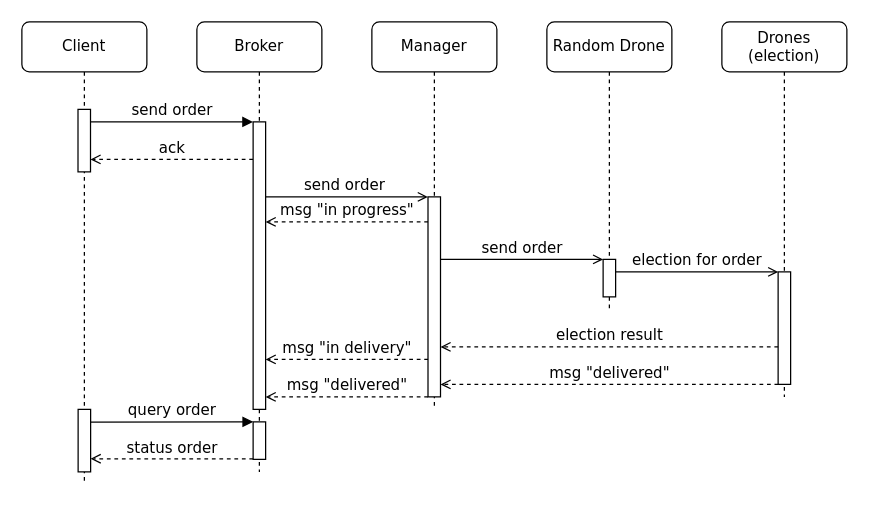
The draw.io diagram Report/images/New-order.drawio in Gianluca755/Drones, before the edit. Source tidied: cells renumbered, new cells numbered last; positions are measured from the earlier drawing's top-left corner, leaving out a move shared by most shapes. Both pictures are drawn from the tidied source at 125%, with x=0, y=0 at pixel (21, 21).
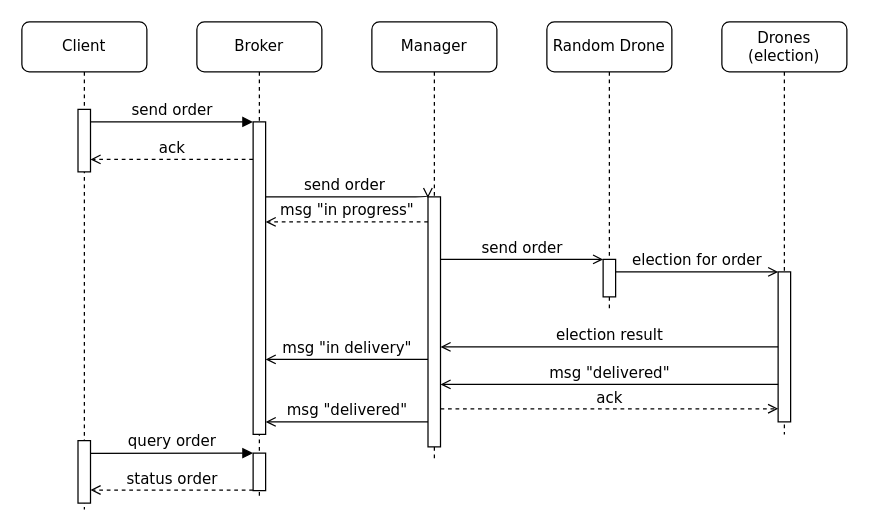
After the change.

Change to the diagram source:
```diff
@@
     <mxCell id="2" value="Broker" style="shape=umlLifeline;perimeter=lifelinePerimeter;whiteSpace=wrap;html=1;outlineConnect=0;rounded=1;shadow=0;comic=0;labelBackgroundColor=none;strokeWidth=1;fontFamily=Verdana;fontSize=12;align=center;" parent="1" vertex="1">
-      <mxGeometry x="140" width="100" height="360" as="geometry" />
+      <mxGeometry x="140" width="100" height="380" as="geometry" />
     </mxCell>
     <mxCell id="3" value="Manager" style="shape=umlLifeline;perimeter=lifelinePerimeter;whiteSpace=wrap;html=1;rounded=1;shadow=0;comic=0;labelBackgroundColor=none;strokeWidth=1;fontFamily=Verdana;fontSize=12;align=center;" parent="1" vertex="1">
-      <mxGeometry x="280" width="100" height="310" as="geometry" />
+      <mxGeometry x="280" width="100" height="350" as="geometry" />
     </mxCell>
     <mxCell id="4" style="html=1;points=[];perimeter=orthogonalPerimeter;rounded=0;shadow=0;comic=0;labelBackgroundColor=none;strokeWidth=1;fontFamily=Verdana;fontSize=12;align=center;" parent="3" vertex="1">
-      <mxGeometry x="44.9" y="140" width="10" height="160" as="geometry" />
+      <mxGeometry x="44.9" y="140" width="10" height="200" as="geometry" />
     </mxCell>
@@
     <mxCell id="6" value="Client" style="shape=umlLifeline;perimeter=lifelinePerimeter;whiteSpace=wrap;html=1;rounded=1;shadow=0;comic=0;labelBackgroundColor=none;strokeWidth=1;fontFamily=Verdana;fontSize=12;align=center;" parent="1" vertex="1">
-      <mxGeometry width="100" height="370" as="geometry" />
+      <mxGeometry width="100" height="390" as="geometry" />
     </mxCell>
@@
+    <mxCell id="22" style="html=1;perimeter=orthogonalPerimeter;rounded=0;shadow=0;comic=0;labelBackgroundColor=none;strokeWidth=1;fontFamily=Verdana;fontSize=12;align=center;" parent="6" vertex="1">
+      <mxGeometry x="44.9" y="335" width="10" height="50" as="geometry" />
+    </mxCell>
+    <mxCell id="23" value="query order" style="html=1;verticalAlign=bottom;endArrow=block;entryX=0;entryY=0;labelBackgroundColor=none;fontFamily=Verdana;fontSize=12;edgeStyle=elbowEdgeStyle;elbow=vertical;" parent="6" edge="1">
+      <mxGeometry relative="1" as="geometry">
+        <mxPoint x="54.9" y="345.1" as="sourcePoint" />
+        <mxPoint x="184.9" y="345" as="targetPoint" />
+      </mxGeometry>
+    </mxCell>
+    <mxCell id="25" value="status order" style="html=1;verticalAlign=bottom;endArrow=open;labelBackgroundColor=none;fontFamily=Verdana;fontSize=12;edgeStyle=elbowEdgeStyle;elbow=vertical;dashed=1;endFill=0;" parent="6" edge="1">
+      <mxGeometry relative="1" as="geometry">
+        <mxPoint x="184.9" y="374.5" as="sourcePoint" />
+        <mxPoint x="54.9" y="374.5" as="targetPoint" />
+        <Array as="points">
+          <mxPoint x="139.9" y="374.5" />
+          <mxPoint x="149.9" y="364.5" />
+        </Array>
+      </mxGeometry>
+    </mxCell>
@@
     <mxCell id="14" value="&lt;div&gt;Drones&lt;/div&gt;&lt;div&gt;(election)&lt;br&gt;&lt;/div&gt;" style="shape=umlLifeline;perimeter=lifelinePerimeter;whiteSpace=wrap;html=1;rounded=1;shadow=0;comic=0;labelBackgroundColor=none;strokeWidth=1;fontFamily=Verdana;fontSize=12;align=center;" parent="1" vertex="1">
-      <mxGeometry x="560" width="100" height="300" as="geometry" />
+      <mxGeometry x="560" width="100" height="330" as="geometry" />
     </mxCell>
     <mxCell id="15" style="html=1;points=[];perimeter=orthogonalPerimeter;rounded=0;shadow=0;comic=0;labelBackgroundColor=none;strokeWidth=1;fontFamily=Verdana;fontSize=12;align=center;" parent="14" vertex="1">
-      <mxGeometry x="45" y="200" width="10" height="90" as="geometry" />
+      <mxGeometry x="45" y="200" width="10" height="120" as="geometry" />
     </mxCell>
     <mxCell id="16" style="html=1;points=[];perimeter=orthogonalPerimeter;rounded=0;shadow=0;comic=0;labelBackgroundColor=none;strokeWidth=1;fontFamily=Verdana;fontSize=12;align=center;" parent="1" vertex="1">
-      <mxGeometry x="185" y="80" width="10" height="230" as="geometry" />
+      <mxGeometry x="185" y="80" width="10" height="250" as="geometry" />
     </mxCell>
@@
-    <mxCell id="18" value="election result" style="html=1;verticalAlign=bottom;endArrow=open;labelBackgroundColor=none;fontFamily=Verdana;fontSize=12;edgeStyle=elbowEdgeStyle;elbow=vertical;dashed=1;endFill=0;" parent="1" edge="1" source="15">
+    <mxCell id="18" value="election result" style="html=1;verticalAlign=bottom;endArrow=open;labelBackgroundColor=none;fontFamily=Verdana;fontSize=12;edgeStyle=elbowEdgeStyle;elbow=vertical;endFill=0;" parent="1" edge="1" source="15">
       <mxGeometry relative="1" as="geometry">
         <mxPoint x="334.9" y="260" as="targetPoint" />
         <Array as="points">
           <mxPoint x="539.9" y="260" />
           <mxPoint x="579.9" y="300" />
           <mxPoint x="574.9" y="340" />
           <mxPoint x="584.9" y="330" />
         </Array>
       </mxGeometry>
     </mxCell>
-    <mxCell id="19" value="msg &quot;in delivery&quot;" style="html=1;verticalAlign=bottom;endArrow=open;labelBackgroundColor=none;fontFamily=Verdana;fontSize=12;edgeStyle=elbowEdgeStyle;elbow=vertical;dashed=1;endFill=0;" parent="1" edge="1" source="4">
+    <mxCell id="19" value="msg &quot;in delivery&quot;" style="html=1;verticalAlign=bottom;endArrow=open;labelBackgroundColor=none;fontFamily=Verdana;fontSize=12;edgeStyle=elbowEdgeStyle;elbow=vertical;endFill=0;" parent="1" edge="1" source="4">
       <mxGeometry relative="1" as="geometry">
         <mxPoint x="195" y="270" as="targetPoint" />
         <Array as="points">
           <mxPoint x="259.9" y="270" />
           <mxPoint x="299.9" y="310" />
           <mxPoint x="294.9" y="350" />
           <mxPoint x="304.9" y="340" />
         </Array>
       </mxGeometry>
     </mxCell>
-    <mxCell id="20" value="msg &quot;delivered&quot;" style="html=1;verticalAlign=bottom;endArrow=open;labelBackgroundColor=none;fontFamily=Verdana;fontSize=12;edgeStyle=elbowEdgeStyle;elbow=vertical;dashed=1;endFill=0;" parent="1" edge="1">
+    <mxCell id="20" value="msg &quot;delivered&quot;" style="html=1;verticalAlign=bottom;endArrow=open;labelBackgroundColor=none;fontFamily=Verdana;fontSize=12;edgeStyle=elbowEdgeStyle;elbow=vertical;endFill=0;" parent="1" edge="1">
       <mxGeometry relative="1" as="geometry">
         <mxPoint x="605.1" y="290" as="sourcePoint" />
         <mxPoint x="334.9" y="290" as="targetPoint" />
         <Array as="points">
           <mxPoint x="539.9" y="290" />
           <mxPoint x="579.9" y="330" />
           <mxPoint x="574.9" y="370" />
           <mxPoint x="584.9" y="360" />
         </Array>
       </mxGeometry>
     </mxCell>
-    <mxCell id="21" value="msg &quot;delivered&quot;" style="html=1;verticalAlign=bottom;endArrow=open;labelBackgroundColor=none;fontFamily=Verdana;fontSize=12;edgeStyle=elbowEdgeStyle;elbow=vertical;dashed=1;endFill=0;" parent="1" edge="1">
+    <mxCell id="21" value="msg &quot;delivered&quot;" style="html=1;verticalAlign=bottom;endArrow=open;labelBackgroundColor=none;fontFamily=Verdana;fontSize=12;edgeStyle=elbowEdgeStyle;elbow=vertical;endFill=0;" parent="1" edge="1">
       <mxGeometry relative="1" as="geometry">
-        <mxPoint x="324.9" y="300" as="sourcePoint" />
-        <mxPoint x="195" y="300" as="targetPoint" />
+        <mxPoint x="324.9" y="320" as="sourcePoint" />
+        <mxPoint x="195" y="320" as="targetPoint" />
         <Array as="points">
-          <mxPoint x="259.9" y="300" />
-          <mxPoint x="299.9" y="340" />
-          <mxPoint x="294.9" y="380" />
-          <mxPoint x="304.9" y="370" />
+          <mxPoint x="259.9" y="320" />
+          <mxPoint x="299.9" y="360" />
+          <mxPoint x="294.9" y="400" />
+          <mxPoint x="304.9" y="390" />
         </Array>
       </mxGeometry>
     </mxCell>
-    <mxCell id="22" style="html=1;perimeter=orthogonalPerimeter;rounded=0;shadow=0;comic=0;labelBackgroundColor=none;strokeWidth=1;fontFamily=Verdana;fontSize=12;align=center;" parent="1" vertex="1">
-      <mxGeometry x="45" y="310" width="10" height="50" as="geometry" />
-    </mxCell>
-    <mxCell id="23" value="query order" style="html=1;verticalAlign=bottom;endArrow=block;entryX=0;entryY=0;labelBackgroundColor=none;fontFamily=Verdana;fontSize=12;edgeStyle=elbowEdgeStyle;elbow=vertical;" parent="1" edge="1">
-      <mxGeometry relative="1" as="geometry">
-        <mxPoint x="55" y="320.1" as="sourcePoint" />
-        <mxPoint x="185" y="320" as="targetPoint" />
-      </mxGeometry>
-    </mxCell>
     <mxCell id="24" style="html=1;perimeter=orthogonalPerimeter;rounded=0;shadow=0;comic=0;labelBackgroundColor=none;strokeWidth=1;fontFamily=Verdana;fontSize=12;align=center;" parent="1" vertex="1">
-      <mxGeometry x="185" y="320" width="10" height="30" as="geometry" />
+      <mxGeometry x="185" y="345" width="10" height="30" as="geometry" />
     </mxCell>
-    <mxCell id="25" value="status order" style="html=1;verticalAlign=bottom;endArrow=open;labelBackgroundColor=none;fontFamily=Verdana;fontSize=12;edgeStyle=elbowEdgeStyle;elbow=vertical;dashed=1;endFill=0;" parent="1" edge="1">
-      <mxGeometry relative="1" as="geometry">
-        <mxPoint x="185" y="349.5" as="sourcePoint" />
-        <mxPoint x="55" y="349.5" as="targetPoint" />
-        <Array as="points">
-          <mxPoint x="140" y="349.5" />
-          <mxPoint x="150" y="339.5" />
-        </Array>
-      </mxGeometry>
-    </mxCell>
+    <mxCell id="26" value="ack" style="html=1;verticalAlign=bottom;endArrow=open;labelBackgroundColor=none;fontFamily=Verdana;fontSize=12;edgeStyle=elbowEdgeStyle;elbow=vertical;entryX=0.005;entryY=0.918;entryDx=0;entryDy=0;entryPerimeter=0;endFill=0;dashed=1;" parent="1" edge="1" target="15">
+      <mxGeometry relative="1" as="geometry">
+        <mxPoint x="334.9" y="309.5" as="sourcePoint" />
+        <Array as="points">
+          <mxPoint x="390" y="309.5" />
+          <mxPoint x="390" y="299.5" />
+          <mxPoint x="430" y="311.5" />
+          <mxPoint x="410" y="311.5" />
+          <mxPoint x="450" y="311.5" />
+          <mxPoint x="420" y="311.5" />
+          <mxPoint x="420" y="311.5" />
+          <mxPoint x="420" y="311.5" />
+          <mxPoint x="480" y="311.5" />
+          <mxPoint x="430" y="309.5" />
+          <mxPoint x="425" y="349.5" />
+          <mxPoint x="435" y="339.5" />
+        </Array>
+      </mxGeometry>
+    </mxCell>
```
